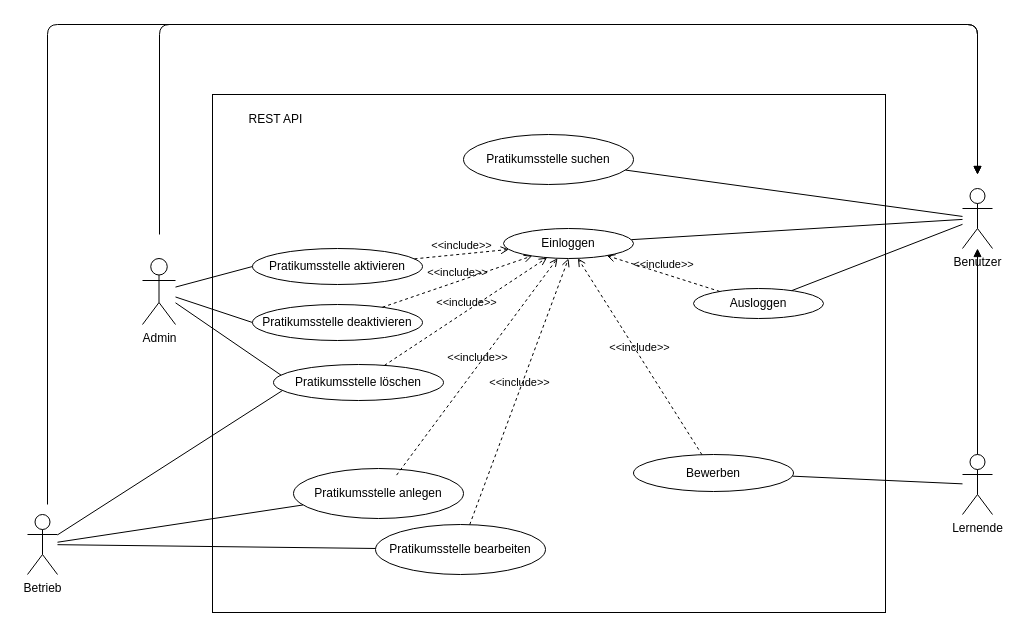
Earlier version of the draw.io diagram docs/use-case-diagram.drawio (binhpham199x/praktikumsboerse). Source tidied: cells renumbered, new cells numbered last; positions are measured from the earlier drawing's top-left corner, leaving out a move shared by most shapes. Both pictures are drawn from the tidied source at 100%, with x=0, y=0 at pixel (27, 24).
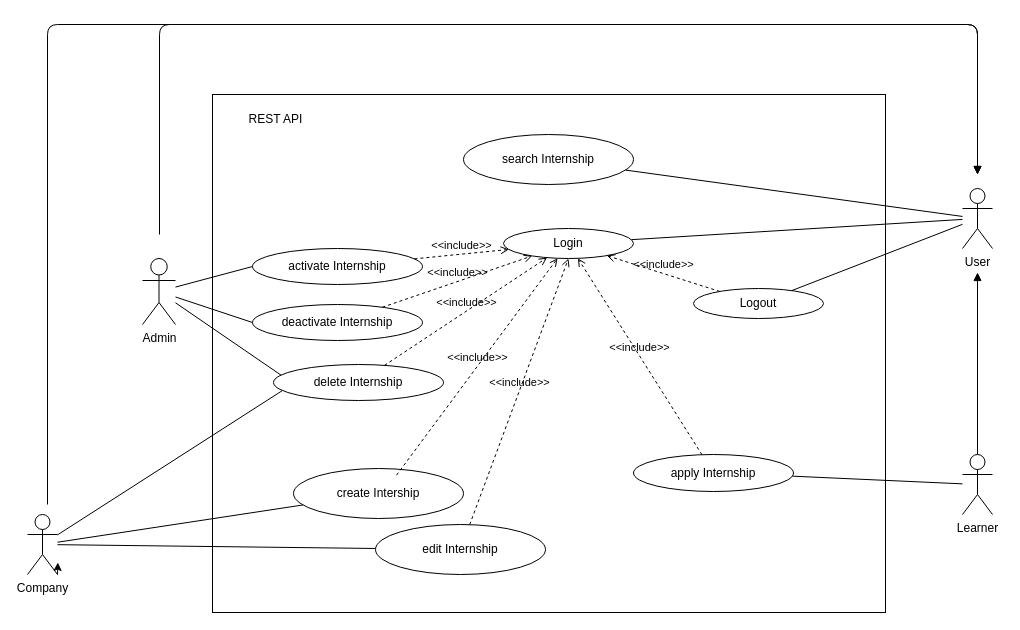
Above is the later version.

Commit message (it also covers changes not shown here):
docs: translate to english

What changed in the source:
```diff
@@
-    <mxCell id="8" value="Einloggen" style="ellipse;whiteSpace=wrap;html=1;" parent="1" vertex="1">
+    <mxCell id="8" value="Login" style="ellipse;whiteSpace=wrap;html=1;" parent="1" vertex="1">
       <mxGeometry x="476" y="204" width="130" height="30" as="geometry" />
     </mxCell>
@@
-    <mxCell id="12" value="Betrieb" style="shape=umlActor;verticalLabelPosition=bottom;verticalAlign=top;html=1;outlineConnect=0;" parent="1" vertex="1">
+    <mxCell id="12" value="Company" style="shape=umlActor;verticalLabelPosition=bottom;verticalAlign=top;html=1;outlineConnect=0;" parent="1" vertex="1">
       <mxGeometry y="490" width="30" height="60" as="geometry" />
     </mxCell>
-    <mxCell id="13" value="Lernende" style="shape=umlActor;verticalLabelPosition=bottom;verticalAlign=top;html=1;outlineConnect=0;" parent="1" vertex="1">
+    <mxCell id="13" value="Learner" style="shape=umlActor;verticalLabelPosition=bottom;verticalAlign=top;html=1;outlineConnect=0;" parent="1" vertex="1">
       <mxGeometry x="935" y="430" width="30" height="60" as="geometry" />
     </mxCell>
-    <mxCell id="14" value="Ausloggen" style="ellipse;whiteSpace=wrap;html=1;" parent="1" vertex="1">
+    <mxCell id="14" value="Logout" style="ellipse;whiteSpace=wrap;html=1;" parent="1" vertex="1">
       <mxGeometry x="666" y="264" width="130" height="30" as="geometry" />
     </mxCell>
-    <mxCell id="15" value="Pratikumsstelle anlegen" style="ellipse;whiteSpace=wrap;html=1;" parent="1" vertex="1">
+    <mxCell id="15" value="create Intership" style="ellipse;whiteSpace=wrap;html=1;" parent="1" vertex="1">
       <mxGeometry x="266" y="444" width="170" height="50" as="geometry" />
     </mxCell>
@@
-    <mxCell id="17" value="Bewerben" style="ellipse;whiteSpace=wrap;html=1;" parent="1" vertex="1">
+    <mxCell id="17" value="apply Internship" style="ellipse;whiteSpace=wrap;html=1;" parent="1" vertex="1">
       <mxGeometry x="606" y="430" width="160" height="37" as="geometry" />
     </mxCell>
@@
-    <mxCell id="20" value="Pratikumsstelle suchen" style="ellipse;whiteSpace=wrap;html=1;" parent="1" vertex="1">
+    <mxCell id="20" value="search Internship" style="ellipse;whiteSpace=wrap;html=1;" parent="1" vertex="1">
       <mxGeometry x="436" y="110" width="170" height="50" as="geometry" />
     </mxCell>
-    <mxCell id="21" value="Pratikumsstelle löschen" style="ellipse;whiteSpace=wrap;html=1;" parent="1" vertex="1">
+    <mxCell id="21" value="delete Internship" style="ellipse;whiteSpace=wrap;html=1;" parent="1" vertex="1">
       <mxGeometry x="246" y="340" width="170" height="36" as="geometry" />
     </mxCell>
@@
-    <mxCell id="25" style="edgeStyle=none;html=1;endArrow=none;endFill=0;startArrow=block;startFill=1;" parent="1" edge="1" source="28" target="13">
-      <mxGeometry relative="1" as="geometry" />
+    <mxCell id="25" style="edgeStyle=none;html=1;endArrow=none;endFill=0;startArrow=block;startFill=1;" parent="1" edge="1" target="13">
+      <mxGeometry relative="1" as="geometry">
+        <mxPoint x="950" y="248" as="sourcePoint" />
+      </mxGeometry>
     </mxCell>
@@
-    <mxCell id="28" value="Benutzer" style="shape=umlActor;verticalLabelPosition=bottom;verticalAlign=top;html=1;outlineConnect=0;" parent="1" vertex="1">
+    <mxCell id="28" value="User" style="shape=umlActor;verticalLabelPosition=bottom;verticalAlign=top;html=1;outlineConnect=0;" parent="1" vertex="1">
       <mxGeometry x="935" y="164" width="30" height="60" as="geometry" />
     </mxCell>
@@
-    <mxCell id="30" value="Pratikumsstelle bearbeiten" style="ellipse;whiteSpace=wrap;html=1;" parent="1" vertex="1">
+    <mxCell id="30" value="edit Internship" style="ellipse;whiteSpace=wrap;html=1;" parent="1" vertex="1">
       <mxGeometry x="348" y="500" width="170" height="50" as="geometry" />
     </mxCell>
-    <mxCell id="31" value="Pratikumsstelle aktivieren" style="ellipse;whiteSpace=wrap;html=1;" parent="1" vertex="1">
+    <mxCell id="31" value="activate Internship" style="ellipse;whiteSpace=wrap;html=1;" parent="1" vertex="1">
       <mxGeometry x="225" y="224" width="170" height="36" as="geometry" />
     </mxCell>
-    <mxCell id="32" value="Pratikumsstelle deaktivieren" style="ellipse;whiteSpace=wrap;html=1;" parent="1" vertex="1">
+    <mxCell id="32" value="deactivate Internship" style="ellipse;whiteSpace=wrap;html=1;" parent="1" vertex="1">
       <mxGeometry x="225" y="280" width="170" height="36" as="geometry" />
     </mxCell>
@@
+    <mxCell id="37" style="edgeStyle=none;html=1;exitX=1;exitY=1;exitDx=0;exitDy=0;exitPerimeter=0;entryX=1.012;entryY=0.8;entryDx=0;entryDy=0;entryPerimeter=0;" parent="1" edge="1" source="12" target="12">
+      <mxGeometry relative="1" as="geometry" />
+    </mxCell>
```
